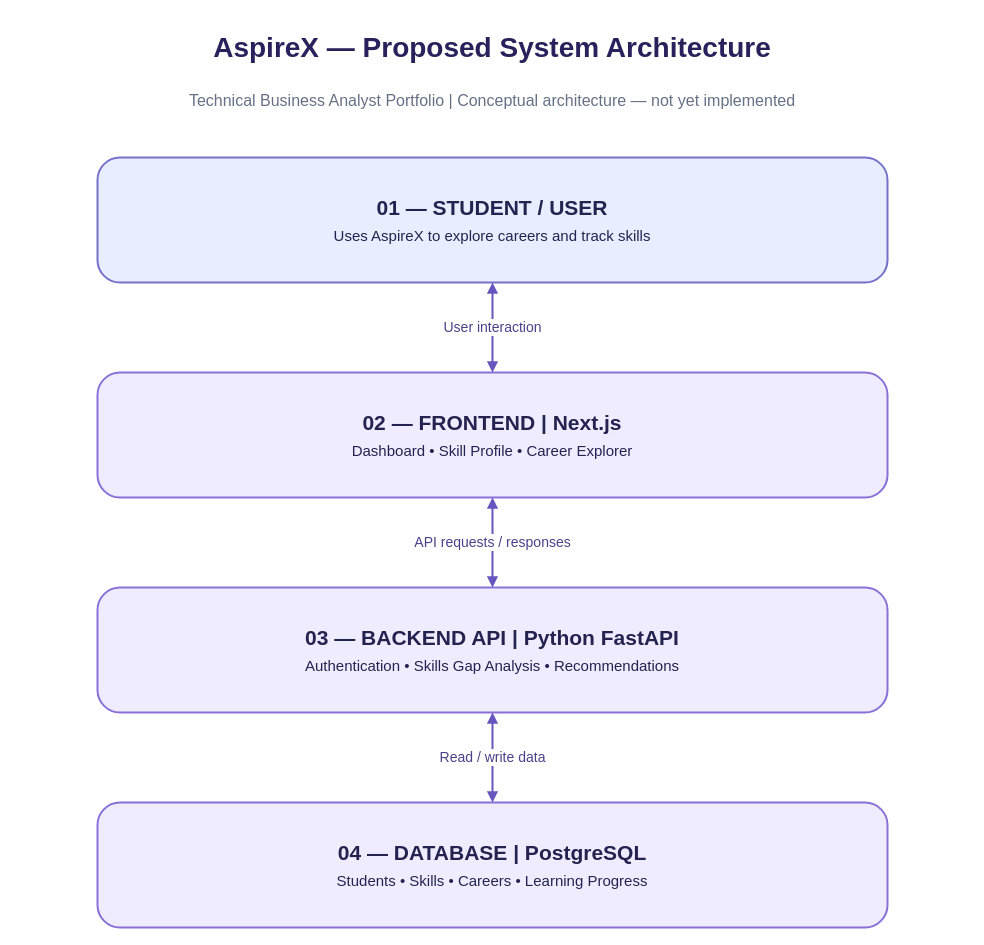
SKdevindi/AspireX-Career-Intelligence keeps this draw.io diagram as 07_Technical_Analysis/AspireX_System_Architecture.drawio. Above is the earlier version. Source tidied: cells renumbered, new cells numbered last; positions are measured from the earlier drawing's top-left corner, leaving out a move shared by most shapes. Both pictures are drawn from the tidied source at 100%, with x=0, y=0 at pixel (17, 17).
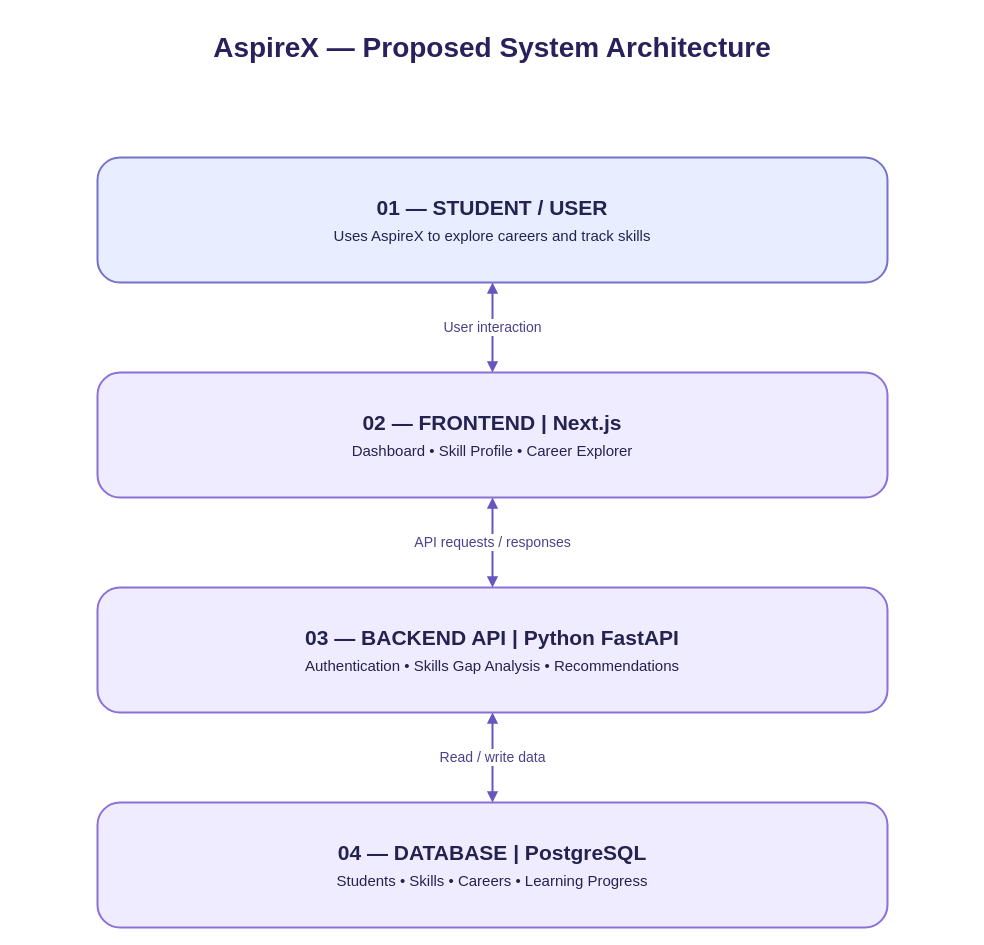
After the change.

The edit, as a diff of the source:
```diff
@@
 <mxGraphModel>
   <root>
     <mxCell id="0" />
     <mxCell id="1" parent="0" />
     <mxCell id="2" value="AspireX — Proposed System Architecture" style="text;html=1;align=center;verticalAlign=middle;whiteSpace=wrap;rounded=0;fontFamily=Arial;fontSize=28;fontStyle=1;fontColor=#29215B;" parent="1" vertex="1">
       <mxGeometry width="950" height="60" as="geometry" />
     </mxCell>
-    <mxCell id="3" value="Technical Business Analyst Portfolio | Conceptual architecture — not yet implemented" style="text;html=1;align=center;verticalAlign=middle;whiteSpace=wrap;fontFamily=Arial;fontSize=16;fontColor=#667085;" parent="1" vertex="1">
-      <mxGeometry y="65" width="950" height="35" as="geometry" />
-    </mxCell>
     <mxCell id="4" value="&lt;b&gt;01 — STUDENT / USER&lt;/b&gt;&lt;br&gt;&lt;font style=&quot;font-size: 15px;&quot;&gt;Uses AspireX to explore careers and track skills&lt;/font&gt;" style="rounded=1;whiteSpace=wrap;html=1;arcSize=18;fillColor=#E8EDFF;strokeColor=#7771C9;strokeWidth=2;fontFamily=Arial;fontSize=21;fontColor=#24234F;align=center;verticalAlign=middle;spacing=12;" parent="1" vertex="1">
       <mxGeometry x="80" y="140" width="790" height="125" as="geometry" />
     </mxCell>
     <mxCell id="5" value="&lt;b&gt;02 — FRONTEND | Next.js&lt;/b&gt;&lt;br&gt;&lt;font style=&quot;font-size: 15px;&quot;&gt;Dashboard • Skill Profile • Career Explorer&lt;/font&gt;" style="rounded=1;whiteSpace=wrap;html=1;arcSize=18;fillColor=#F0ECFF;strokeColor=#8A70D7;strokeWidth=2;fontFamily=Arial;fontSize=21;fontColor=#24234F;align=center;verticalAlign=middle;spacing=12;" parent="1" vertex="1">
       <mxGeometry x="80" y="355" width="790" height="125" as="geometry" />
     </mxCell>
     <mxCell id="6" value="&lt;b&gt;03 — BACKEND API | Python FastAPI&lt;/b&gt;&lt;br&gt;&lt;font style=&quot;font-size: 15px;&quot;&gt;Authentication • Skills Gap Analysis • Recommendations&lt;/font&gt;" style="rounded=1;whiteSpace=wrap;html=1;arcSize=18;fillColor=#F0ECFF;strokeColor=#8A70D7;strokeWidth=2;fontFamily=Arial;fontSize=21;fontColor=#24234F;align=center;verticalAlign=middle;spacing=12;" parent="1" vertex="1">
       <mxGeometry x="80" y="570" width="790" height="125" as="geometry" />
     </mxCell>
     <mxCell id="7" value="&lt;b&gt;04 — DATABASE | PostgreSQL&lt;/b&gt;&lt;br&gt;&lt;font style=&quot;font-size: 15px;&quot;&gt;Students • Skills • Careers • Learning Progress&lt;/font&gt;" style="rounded=1;whiteSpace=wrap;html=1;arcSize=18;fillColor=#F0ECFF;strokeColor=#8A70D7;strokeWidth=2;fontFamily=Arial;fontSize=21;fontColor=#24234F;align=center;verticalAlign=middle;spacing=12;" parent="1" vertex="1">
       <mxGeometry x="80" y="785" width="790" height="125" as="geometry" />
     </mxCell>
     <mxCell id="8" value="User interaction" style="edgeStyle=orthogonalEdgeStyle;rounded=0;html=1;endArrow=block;startArrow=block;endFill=1;startFill=1;strokeWidth=2;strokeColor=#6656BD;fontColor=#4B418A;fontSize=14;labelBackgroundColor=#FFFFFF;exitX=0.5;exitY=1;entryX=0.5;entryY=0;" parent="1" edge="1" source="4" target="5">
       <mxGeometry relative="1" as="geometry" />
     </mxCell>
     <mxCell id="9" value="API requests / responses" style="edgeStyle=orthogonalEdgeStyle;rounded=0;html=1;endArrow=block;startArrow=block;endFill=1;startFill=1;strokeWidth=2;strokeColor=#6656BD;fontColor=#4B418A;fontSize=14;labelBackgroundColor=#FFFFFF;exitX=0.5;exitY=1;entryX=0.5;entryY=0;" parent="1" edge="1" source="5" target="6">
       <mxGeometry relative="1" as="geometry" />
     </mxCell>
     <mxCell id="10" value="Read / write data" style="edgeStyle=orthogonalEdgeStyle;rounded=0;html=1;endArrow=block;startArrow=block;endFill=1;startFill=1;strokeWidth=2;strokeColor=#6656BD;fontColor=#4B418A;fontSize=14;labelBackgroundColor=#FFFFFF;exitX=0.5;exitY=1;entryX=0.5;entryY=0;" parent="1" edge="1" source="6" target="7">
       <mxGeometry relative="1" as="geometry" />
     </mxCell>
   </root>
 </mxGraphModel>
```
